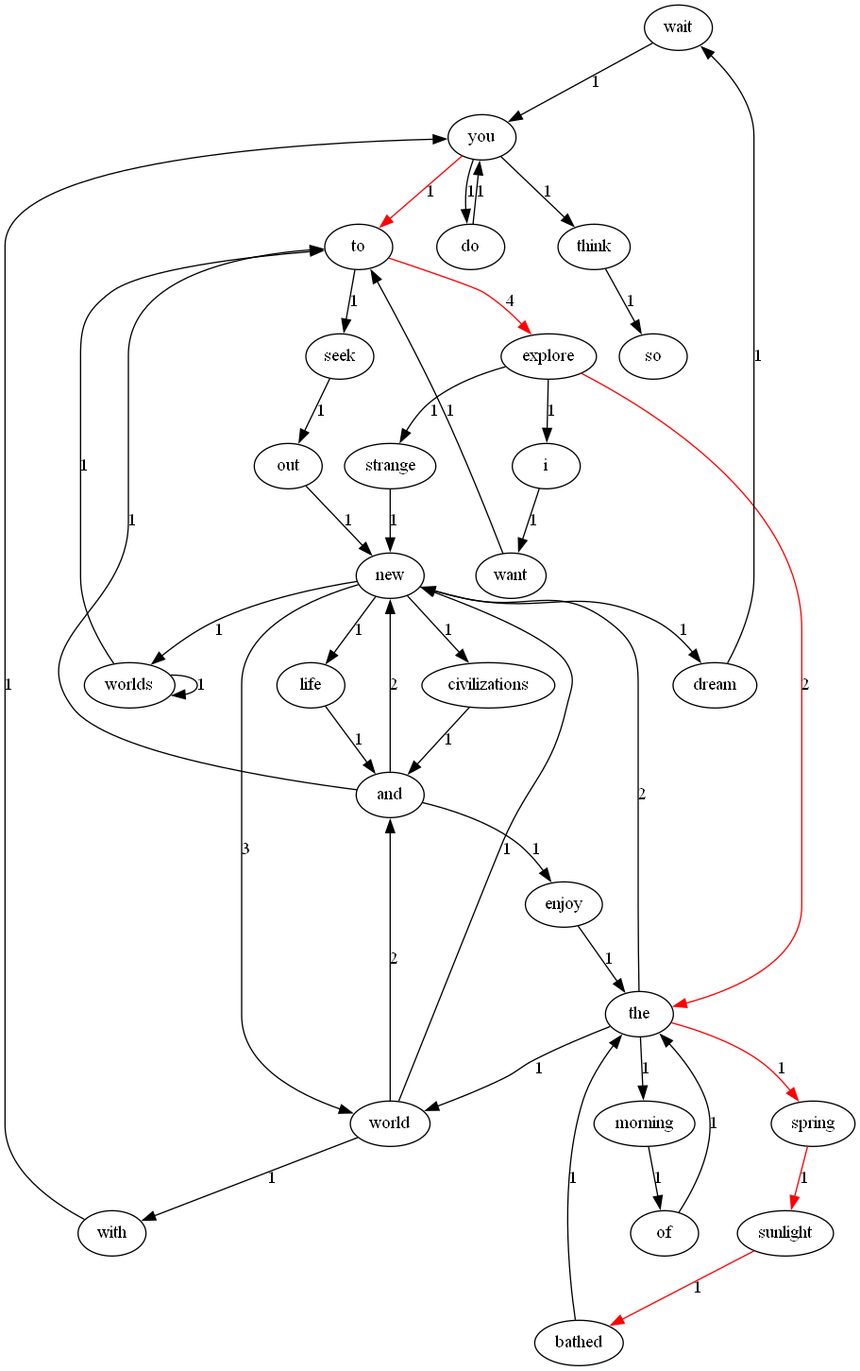
Earlier version of the Graphviz export graph.png (gaijiayi111/Lab1-2021111662). Its source is kept beside it as graph.dot.
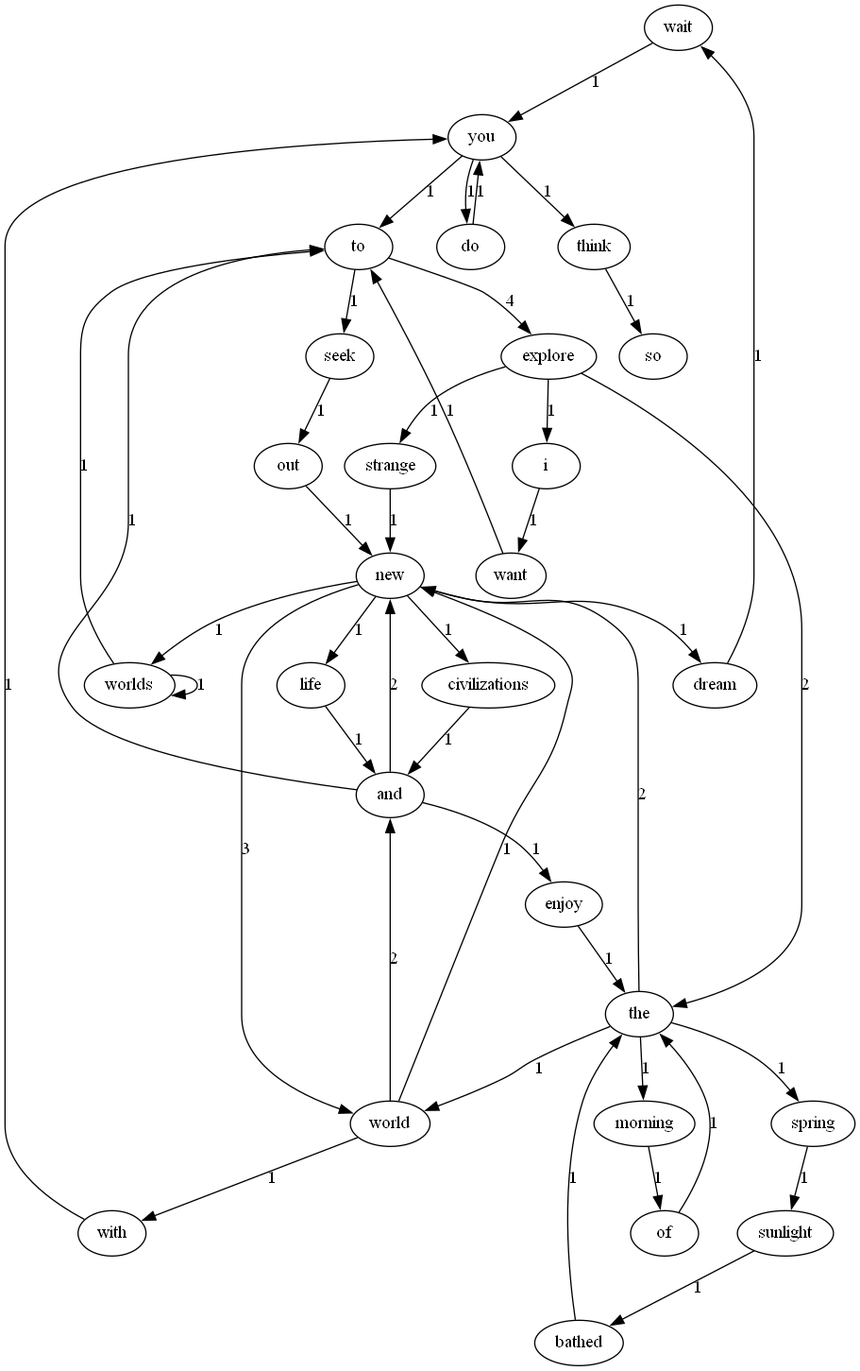
The same diagram one commit later.

The edit, as a diff of the source:
```diff
@@ -33,7 +33,7 @@
   "seek" -> "out" [label="1",color="black"];
   "life" -> "and" [label="1",color="black"];
   "out" -> "new" [label="1",color="black"];
-  "spring" -> "sunlight" [label="1",color="red"];
+  "spring" -> "sunlight" [label="1",color="black"];
   "world" -> "with" [label="1",color="black"];
   "world" -> "new" [label="1",color="black"];
   "world" -> "and" [label="2",color="black"];
@@ -45,27 +45,27 @@
   "civilizations" -> "and" [label="1",color="black"];
   "you" -> "think" [label="1",color="black"];
   "you" -> "do" [label="1",color="black"];
-  "you" -> "to" [label="1",color="red"];
+  "you" -> "to" [label="1",color="black"];
   "think" -> "so" [label="1",color="black"];
   "new" -> "world" [label="3",color="black"];
   "new" -> "worlds" [label="1",color="black"];
   "new" -> "dream" [label="1",color="black"];
   "new" -> "civilizations" [label="1",color="black"];
   "new" -> "life" [label="1",color="black"];
-  "explore" -> "the" [label="2",color="red"];
+  "explore" -> "the" [label="2",color="black"];
   "explore" -> "i" [label="1",color="black"];
   "explore" -> "strange" [label="1",color="black"];
   "want" -> "to" [label="1",color="black"];
   "i" -> "want" [label="1",color="black"];
   "strange" -> "new" [label="1",color="black"];
   "morning" -> "of" [label="1",color="black"];
-  "the" -> "spring" [label="1",color="red"];
+  "the" -> "spring" [label="1",color="black"];
   "the" -> "new" [label="2",color="black"];
   "the" -> "world" [label="1",color="black"];
   "the" -> "morning" [label="1",color="black"];
   "with" -> "you" [label="1",color="black"];
-  "sunlight" -> "bathed" [label="1",color="red"];
+  "sunlight" -> "bathed" [label="1",color="black"];
   "dream" -> "wait" [label="1",color="black"];
-  "to" -> "explore" [label="4",color="red"];
+  "to" -> "explore" [label="4",color="black"];
   "to" -> "seek" [label="1",color="black"];
 }
```
